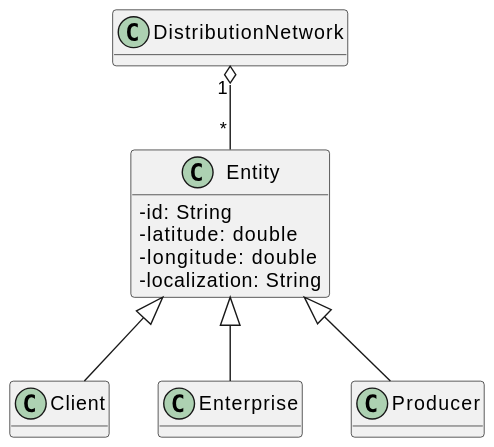
This is docs/US301/DM/DM.svg from miseEnPlace-dev/lapr3, a PlantUML export, as it was before one commit. The source it was exported from:
```plantuml
@startuml DM

skinparam classAttributeIconSize 0
hide methods

class Entity {
  - id: String
  - latitude: double
  - longitude: double
  - localization: String
}

class Client {}
class Enterprise {}
class Producer {}

Entity <|-- Client
Entity <|-- Enterprise
Entity <|-- Producer

class DistributionNetwork {}

DistributionNetwork "1" o-- "*" Entity
@enduml
```
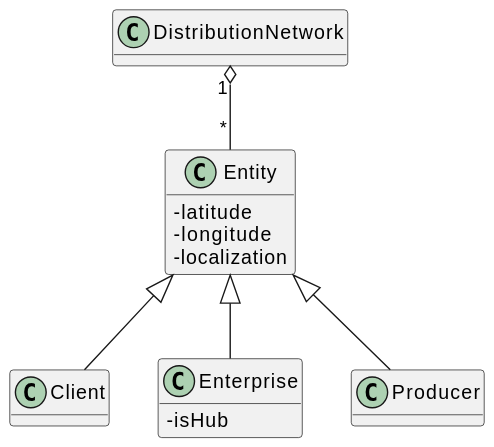
Above is the later version.

The edit, as a diff of the source:
```diff
@@ -4,14 +4,15 @@
 hide methods
 
 class Entity {
-  - id: String
-  - latitude: double
-  - longitude: double
-  - localization: String
+  - latitude
+  - longitude
+  - localization
 }
 
 class Client {}
-class Enterprise {}
+class Enterprise {
+  - isHub
+}
 class Producer {}
 
 Entity <|-- Client
```
